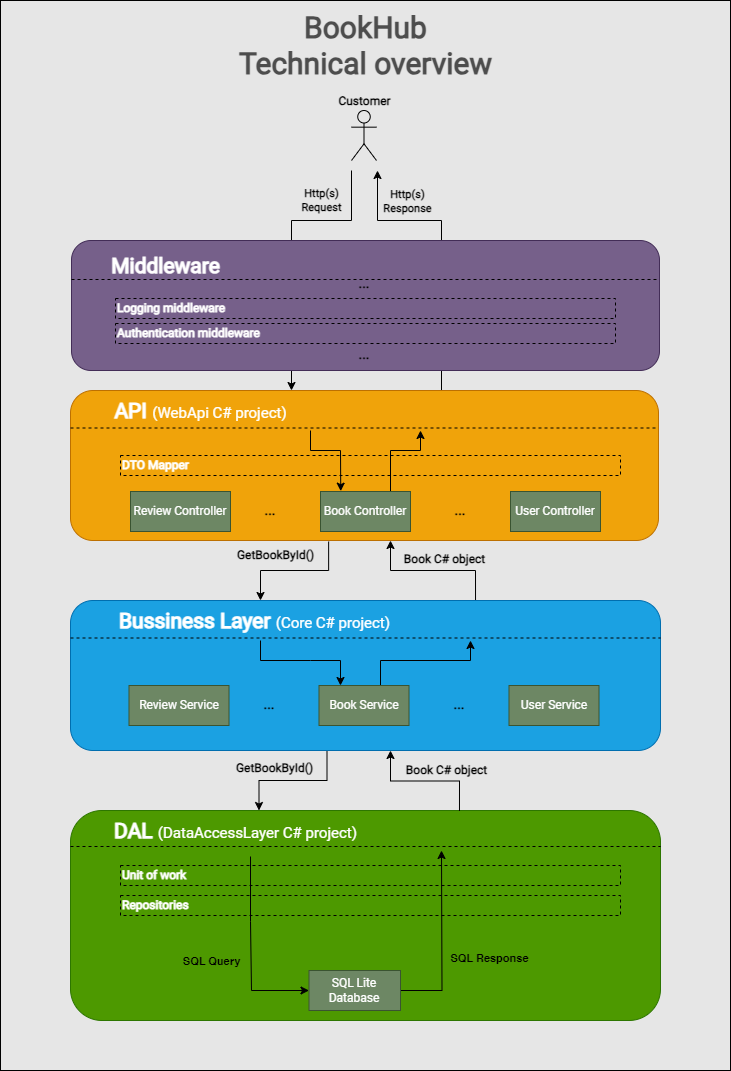
Before: Resources/Images/technicalOverview.drawio.png, a diagram exported from draw.io (kacvinsky-tom/BookHub). Source tidied: cells renumbered, new cells last; positions are measured from the earlier drawing's top-left corner, leaving out a move shared by most shapes.
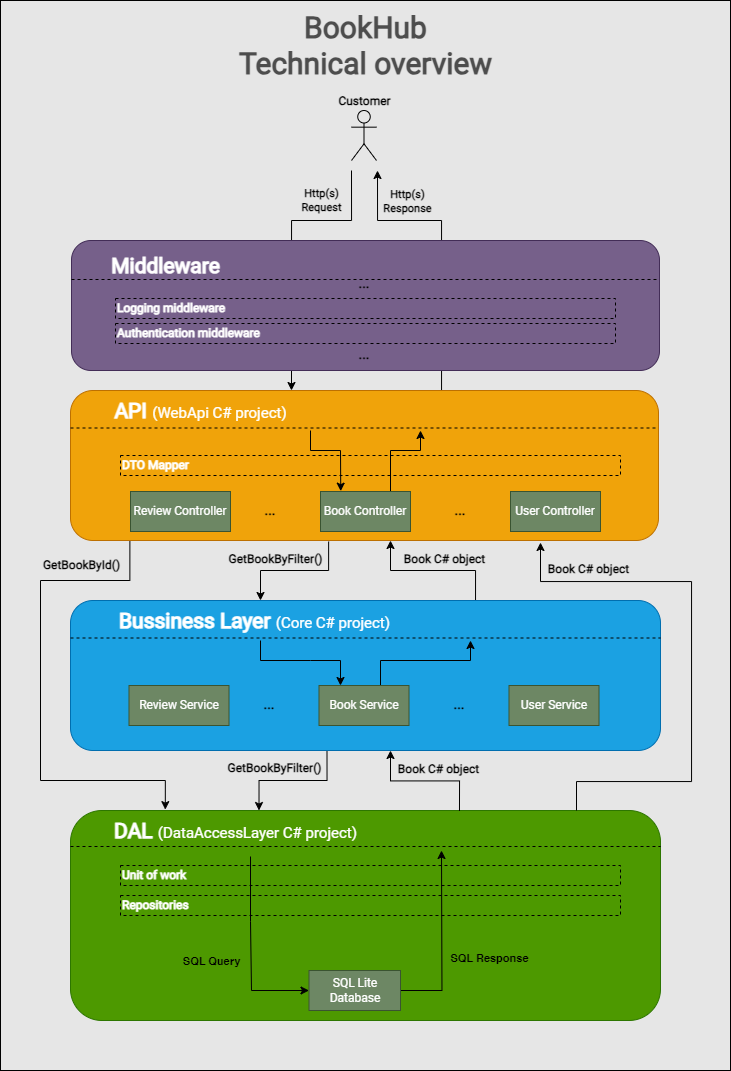
The same file after the commit.

Commit message:
update technical overview image

The edit, as a diff of the source:
```diff
@@ -30,6 +30,16 @@
         <mxPoint x="-35" y="-72" as="offset" />
       </mxGeometry>
     </mxCell>
+    <mxCell id="54" style="edgeStyle=orthogonalEdgeStyle;rounded=0;jettySize=auto;html=1;entryX=0.24;entryY=-0.022;entryDx=0;entryDy=0;exitX=0.101;exitY=1.006;exitDx=0;exitDy=0;exitPerimeter=0;entryPerimeter=0;" parent="1" edge="1" source="7" target="22">
+      <mxGeometry relative="1" as="geometry">
+        <Array as="points">
+          <mxPoint x="129" y="580" />
+          <mxPoint x="40" y="580" />
+          <mxPoint x="40" y="780" />
+          <mxPoint x="165" y="780" />
+        </Array>
+      </mxGeometry>
+    </mxCell>
     <mxCell id="7" value="&lt;font style=&quot;&quot;&gt;&lt;br&gt;&lt;/font&gt;" style="rounded=1;whiteSpace=wrap;html=1;labelPosition=center;verticalLabelPosition=middle;align=center;verticalAlign=middle;fillColor=#f0a30a;strokeColor=#BD7000;fontColor=#000000;fontFamily=Roboto;fontSource=https%3A%2F%2Ffonts.googleapis.com%2Fcss%3Ffamily%3DRoboto;" parent="1" vertex="1">
       <mxGeometry x="70" y="390" width="588" height="150" as="geometry" />
     </mxCell>
@@ -131,8 +141,8 @@
         <mxPoint x="-41" y="-7" as="offset" />
       </mxGeometry>
     </mxCell>
-    <mxCell id="29" value="&lt;b&gt;&lt;font style=&quot;font-size: 12px;&quot;&gt;GetBookById()&lt;/font&gt;&lt;/b&gt;" style="text;html=1;align=center;verticalAlign=middle;strokeColor=none;fillColor=none;fontFamily=Roboto;fontSource=https%3A%2F%2Ffonts.googleapis.com%2Fcss%3Ffamily%3DRoboto;" parent="1" vertex="1">
-      <mxGeometry x="225" y="540" width="100" height="30" as="geometry" />
+    <mxCell id="29" value="&lt;b&gt;&lt;font style=&quot;font-size: 12px;&quot;&gt;GetBookByFilter()&lt;/font&gt;&lt;/b&gt;" style="text;html=1;align=center;verticalAlign=middle;strokeColor=none;fillColor=none;fontFamily=Roboto;fontSource=https%3A%2F%2Ffonts.googleapis.com%2Fcss%3Ffamily%3DRoboto;" parent="1" vertex="1">
+      <mxGeometry x="215" y="544" width="120" height="30" as="geometry" />
     </mxCell>
     <mxCell id="30" value="&lt;b&gt;Book C# object&lt;/b&gt;" style="text;html=1;align=center;verticalAlign=middle;strokeColor=none;fillColor=none;fontFamily=Roboto;fontSource=https%3A%2F%2Ffonts.googleapis.com%2Fcss%3Ffamily%3DRoboto;" parent="1" vertex="1">
       <mxGeometry x="393.5" y="544" width="100" height="30" as="geometry" />
@@ -215,10 +225,10 @@
       </mxGeometry>
     </mxCell>
     <mxCell id="45" value="&lt;b&gt;Book C# object&lt;/b&gt;" style="text;html=1;align=center;verticalAlign=middle;strokeColor=none;fillColor=none;fontFamily=Roboto;fontSource=https%3A%2F%2Ffonts.googleapis.com%2Fcss%3Ffamily%3DRoboto;" parent="1" vertex="1">
-      <mxGeometry x="396" y="755" width="100" height="30" as="geometry" />
+      <mxGeometry x="388" y="754" width="100" height="30" as="geometry" />
     </mxCell>
-    <mxCell id="46" value="&lt;b&gt;&lt;font style=&quot;font-size: 12px;&quot;&gt;GetBookById()&lt;/font&gt;&lt;/b&gt;" style="text;html=1;align=center;verticalAlign=middle;strokeColor=none;fillColor=none;fontFamily=Roboto;fontSource=https%3A%2F%2Ffonts.googleapis.com%2Fcss%3Ffamily%3DRoboto;" parent="1" vertex="1">
-      <mxGeometry x="224" y="753" width="100" height="30" as="geometry" />
+    <mxCell id="46" value="&lt;b style=&quot;border-color: var(--border-color);&quot;&gt;GetBookByFilter()&lt;/b&gt;" style="text;html=1;align=center;verticalAlign=middle;strokeColor=none;fillColor=none;fontFamily=Roboto;fontSource=https%3A%2F%2Ffonts.googleapis.com%2Fcss%3Ffamily%3DRoboto;" parent="1" vertex="1">
+      <mxGeometry x="214" y="753" width="120" height="30" as="geometry" />
     </mxCell>
     <mxCell id="47" value="&lt;font style=&quot;&quot;&gt;&lt;br&gt;&lt;/font&gt;" style="rounded=1;whiteSpace=wrap;html=1;labelPosition=center;verticalLabelPosition=middle;align=center;verticalAlign=middle;fillColor=#76608a;strokeColor=#432D57;fontColor=#ffffff;fontFamily=Roboto;fontSource=https%3A%2F%2Ffonts.googleapis.com%2Fcss%3Ffamily%3DRoboto;" parent="1" vertex="1">
       <mxGeometry x="71" y="240" width="588" height="130" as="geometry" />
@@ -244,5 +254,23 @@
     <mxCell id="53" value="&lt;b&gt;&lt;font style=&quot;font-size: 14px;&quot;&gt;...&lt;/font&gt;&lt;/b&gt;" style="text;html=1;strokeColor=none;fillColor=none;align=center;verticalAlign=middle;whiteSpace=wrap;rounded=0;fontFamily=Roboto;fontSource=https%3A%2F%2Ffonts.googleapis.com%2Fcss%3Ffamily%3DRoboto;" parent="1" vertex="1">
       <mxGeometry x="333.5" y="269" width="60" height="30" as="geometry" />
     </mxCell>
+    <mxCell id="55" value="&lt;b&gt;&lt;font style=&quot;font-size: 12px;&quot;&gt;GetBookById()&lt;/font&gt;&lt;/b&gt;" style="text;html=1;align=center;verticalAlign=middle;strokeColor=none;fillColor=none;fontFamily=Roboto;fontSource=https%3A%2F%2Ffonts.googleapis.com%2Fcss%3Ffamily%3DRoboto;" parent="1" vertex="1">
+      <mxGeometry x="31" y="549.5" width="100" height="30" as="geometry" />
+    </mxCell>
+    <mxCell id="56" style="edgeStyle=orthogonalEdgeStyle;rounded=0;orthogonalLoop=1;jettySize=auto;html=1;entryX=0.24;entryY=-0.022;entryDx=0;entryDy=0;exitX=0.101;exitY=1.006;exitDx=0;exitDy=0;exitPerimeter=0;entryPerimeter=0;" parent="1" edge="1">
+      <mxGeometry relative="1" as="geometry">
+        <mxPoint x="576" y="810" as="sourcePoint" />
+        <mxPoint x="540" y="542" as="targetPoint" />
+        <Array as="points">
+          <mxPoint x="576" y="781" />
+          <mxPoint x="691" y="781" />
+          <mxPoint x="691" y="581" />
+          <mxPoint x="540" y="581" />
+        </Array>
+      </mxGeometry>
+    </mxCell>
+    <mxCell id="57" value="&lt;b&gt;Book C# object&lt;/b&gt;" style="text;html=1;align=center;verticalAlign=middle;strokeColor=none;fillColor=none;fontFamily=Roboto;fontSource=https%3A%2F%2Ffonts.googleapis.com%2Fcss%3Ffamily%3DRoboto;" parent="1" vertex="1">
+      <mxGeometry x="538" y="554" width="100" height="30" as="geometry" />
+    </mxCell>
   </root>
 </mxGraphModel>
```
